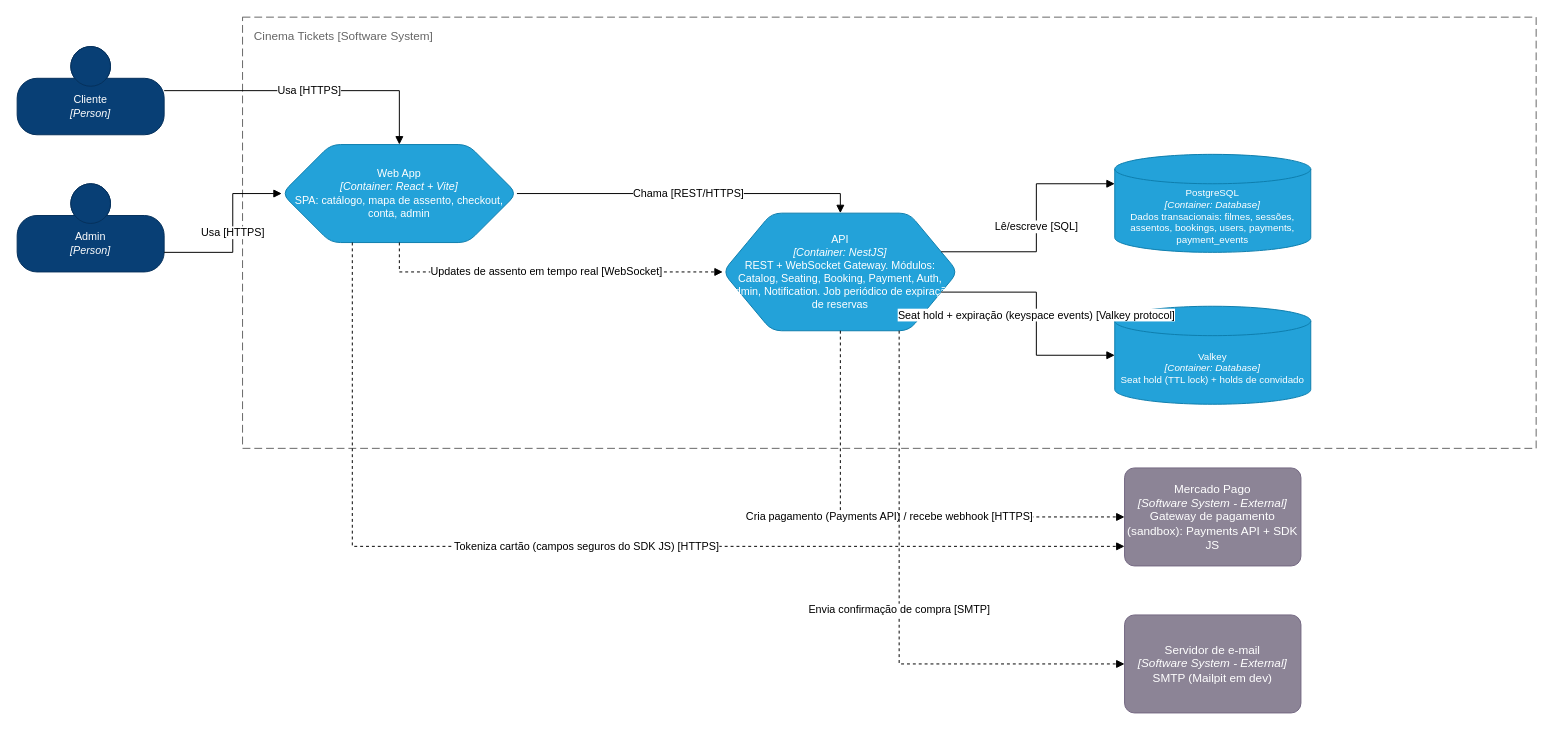
This is docs/c4/container.drawio from D4rkM/movietickets, a draw.io file, before an edit. Source tidied: cells renumbered, new cells numbered last; positions are measured from the earlier drawing's top-left corner, leaving out a move shared by most shapes. Both pictures are drawn from the tidied source at 98%, with x=0, y=0 at pixel (17, 17).
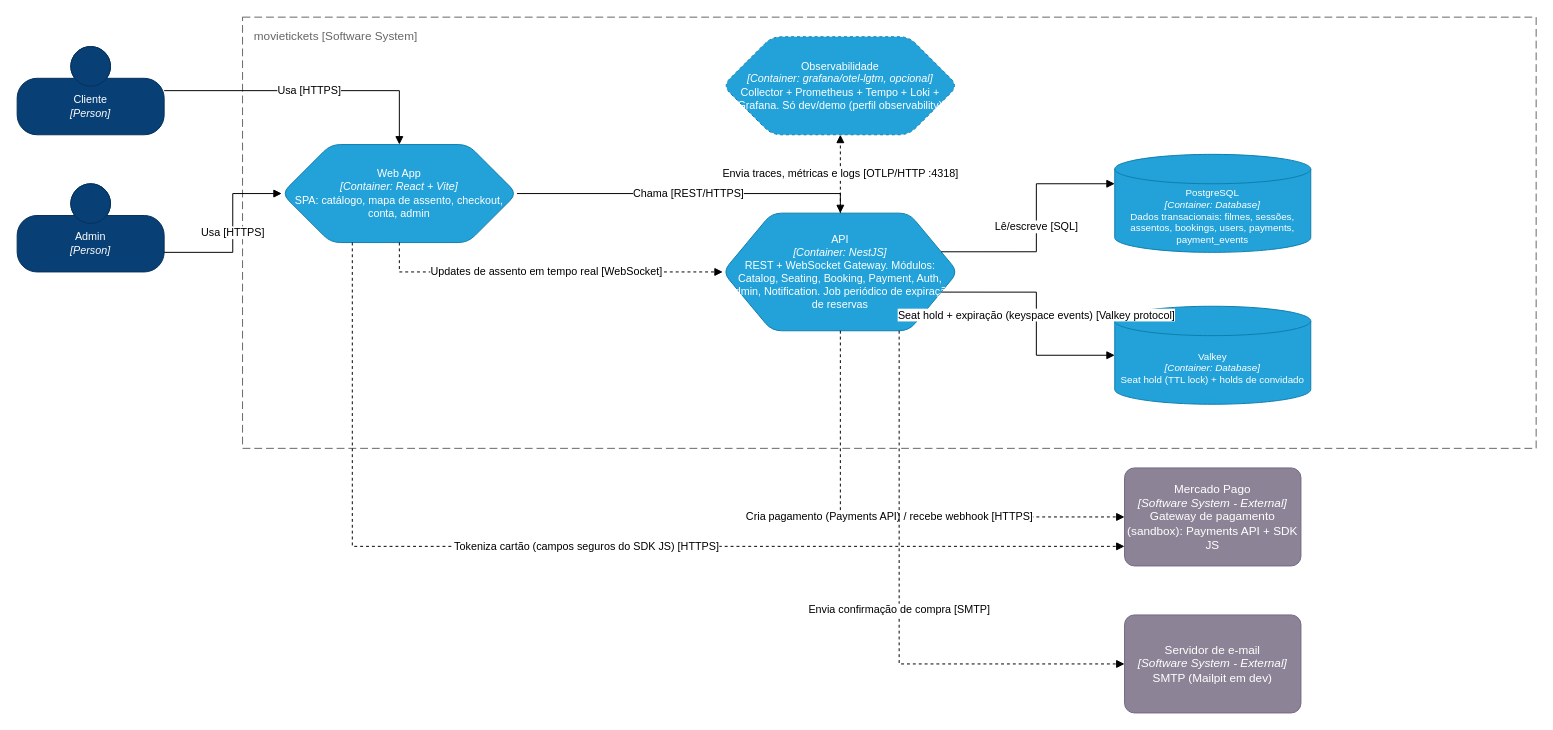
After the change.

Commit message (it also covers changes not shown here):
docs: sequências (admin, expiração, observabilidade), C4 e docs gerais (#90)

Unchanged cells that the change refers to:
```xml
<mxCell id="6" value="API&lt;br&gt;&lt;i&gt;[Container: NestJS]&lt;/i&gt;&lt;br&gt;REST + WebSocket Gateway. Módulos: Catalog, Seating, Booking, Payment, Auth, Admin, Notification. Job periódico de expiração de reservas" style="shape=hexagon;size=50;perimeter=hexagonPerimeter2;whiteSpace=wrap;html=1;fixedSize=1;rounded=1;labelBackgroundColor=none;fillColor=#23A2D9;fontSize=11;fontColor=#ffffff;align=center;strokeColor=#0E7DAD;points=[[0.5,0,0],[1,0.25,0],[1,0.5,0],[1,0.75,0],[0.5,1,0],[0,0.75,0],[0,0.5,0],[0,0.25,0]];" parent="1" vertex="1">
  <mxGeometry x="720" y="200" width="240" height="120" as="geometry" />
</mxCell>
```

Diff of the diagram source:
```diff
@@
-    <mxCell id="4" value="Cinema Tickets [Software System]" style="rounded=0;whiteSpace=wrap;html=1;dashed=1;dashPattern=8 4;arcSize=10;fillColor=none;strokeColor=#666666;fontColor=#666666;verticalAlign=top;align=left;spacingLeft=10;spacingTop=6;fontSize=12;" parent="1" vertex="1">
+    <mxCell id="4" value="movietickets [Software System]" style="rounded=0;whiteSpace=wrap;html=1;dashed=1;dashPattern=8 4;arcSize=10;fillColor=none;strokeColor=#666666;fontColor=#666666;verticalAlign=top;align=left;spacingLeft=10;spacingTop=6;fontSize=12;" parent="1" vertex="1">
       <mxGeometry x="230" width="1320" height="440" as="geometry" />
     </mxCell>
@@
+    <mxCell id="20" value="Observabilidade&lt;br&gt;&lt;i&gt;[Container: grafana/otel-lgtm, opcional]&lt;/i&gt;&lt;br&gt;Collector + Prometheus + Tempo + Loki + Grafana. Só dev/demo (perfil observability)" style="shape=hexagon;size=50;perimeter=hexagonPerimeter2;whiteSpace=wrap;html=1;fixedSize=1;rounded=1;labelBackgroundColor=none;fillColor=#23A2D9;fontSize=11;fontColor=#ffffff;align=center;strokeColor=#0E7DAD;points=[[0.5,0,0],[1,0.25,0],[1,0.5,0],[1,0.75,0],[0.5,1,0],[0,0.75,0],[0,0.5,0],[0,0.25,0]];dashed=1;" parent="1" vertex="1">
+      <mxGeometry x="720" y="20" width="240" height="100" as="geometry" />
+    </mxCell>
+    <mxCell id="21" value="Envia traces, métricas e logs [OTLP/HTTP :4318]" style="edgeStyle=orthogonalEdgeStyle;rounded=0;html=1;fontSize=11;endArrow=block;dashed=1;exitX=0.5;exitY=0;exitDx=0;exitDy=0;exitPerimeter=0;entryX=0.5;entryY=1;entryDx=0;entryDy=0;entryPerimeter=0;" parent="1" edge="1" source="6" target="20">
+      <mxGeometry relative="1" as="geometry" />
+    </mxCell>
```
